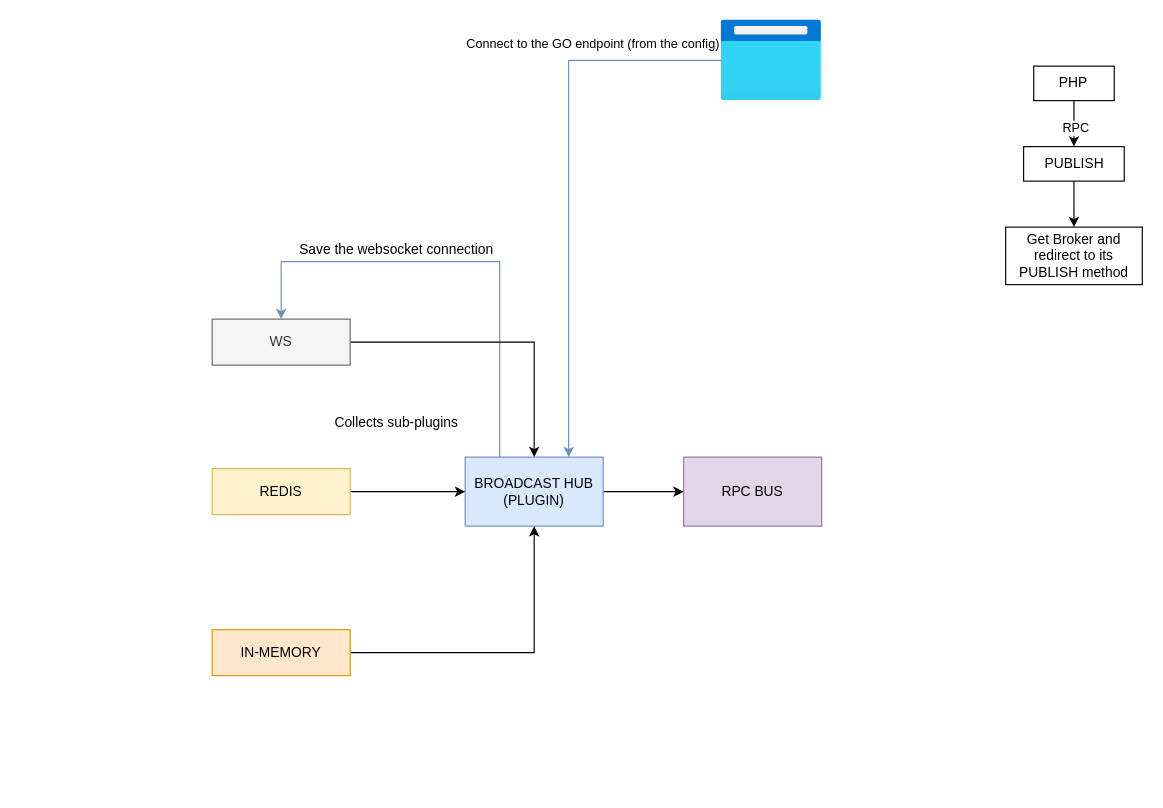
This is plugins/broadcast/doc/broadcast.drawio from roadrunner-server/roadrunner, a draw.io file, before an edit. Source tidied: cells renumbered, new cells numbered last; positions are measured from the earlier drawing's top-left corner, leaving out a move shared by most shapes. Both pictures are drawn from the tidied source at 115%, with x=0, y=0 at pixel (212, 20).
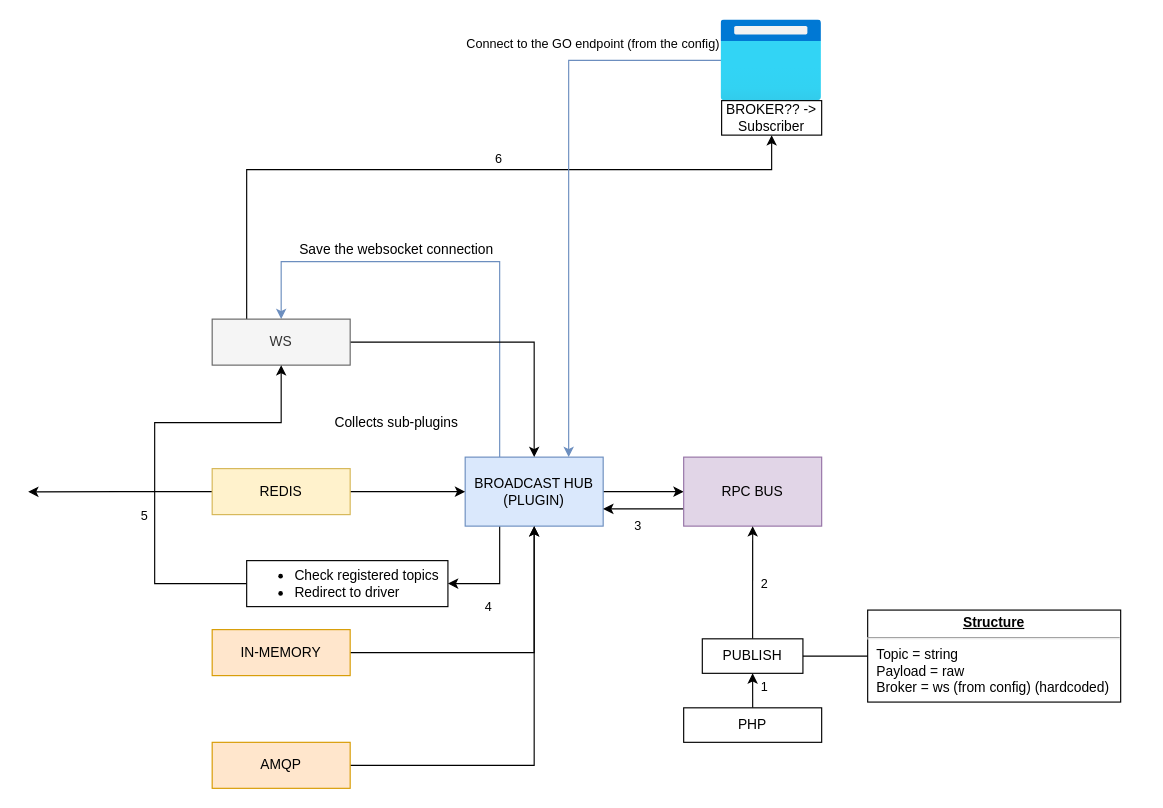
The same page after the edit.

Commit message (it also covers changes not shown here):
- Update arch diagramm - Update config

Unchanged cells that the change refers to:
```xml
<mxCell id="4" value="BROADCAST HUB (PLUGIN)" style="rounded=0;whiteSpace=wrap;html=1;fillColor=#dae8fc;strokeColor=#6c8ebf;" parent="1" vertex="1">
  <mxGeometry x="220" y="380" width="120" height="60" as="geometry" />
</mxCell>
<mxCell id="6" value="WS" style="rounded=0;whiteSpace=wrap;html=1;fillColor=#f5f5f5;strokeColor=#666666;fontColor=#333333;" parent="1" vertex="1">
  <mxGeometry y="260" width="120" height="40" as="geometry" />
</mxCell>
<mxCell id="8" value="REDIS" style="rounded=0;whiteSpace=wrap;html=1;fillColor=#fff2cc;strokeColor=#d6b656;" parent="1" vertex="1">
  <mxGeometry y="390" width="120" height="40" as="geometry" />
</mxCell>
<mxCell id="12" value="RPC BUS" style="rounded=0;whiteSpace=wrap;html=1;fillColor=#e1d5e7;strokeColor=#9673a6;" parent="1" vertex="1">
  <mxGeometry x="410" y="380" width="120" height="60" as="geometry" />
</mxCell>
```

Diff of the diagram source:
```diff
@@
+    <mxCell id="23" value="4" style="edgeStyle=orthogonalEdgeStyle;rounded=0;jettySize=auto;html=1;exitX=0.25;exitY=1;exitDx=0;exitDy=0;entryX=1;entryY=0.5;entryDx=0;entryDy=0;" parent="1" edge="1" source="4" target="37">
+      <mxGeometry x="0.05" y="10" relative="1" as="geometry">
+        <mxPoint x="-10" y="10" as="offset" />
+      </mxGeometry>
+    </mxCell>
@@
+    <mxCell id="24" style="edgeStyle=orthogonalEdgeStyle;rounded=0;jettySize=auto;html=1;exitX=0.25;exitY=0;exitDx=0;exitDy=0;entryX=0.5;entryY=1;entryDx=0;entryDy=0;" parent="1" edge="1" source="6" target="30">
+      <mxGeometry relative="1" as="geometry">
+        <Array as="points">
+          <mxPoint x="30" y="130" />
+          <mxPoint x="486" y="130" />
+        </Array>
+      </mxGeometry>
+    </mxCell>
+    <mxCell id="25" value="6" style="edgeLabel;html=1;align=center;verticalAlign=middle;" parent="24" vertex="1">
+      <mxGeometry x="-0.22" relative="1" as="geometry">
+        <mxPoint x="108.6" y="-10" as="offset" />
+      </mxGeometry>
+    </mxCell>
@@
+    <mxCell id="26" style="edgeStyle=orthogonalEdgeStyle;rounded=0;jettySize=auto;html=1;exitX=0;exitY=0.5;exitDx=0;exitDy=0;" parent="1" edge="1" source="8">
+      <mxGeometry relative="1" as="geometry">
+        <mxPoint x="-160" y="410.2" as="targetPoint" />
+      </mxGeometry>
+    </mxCell>
@@
+    <mxCell id="27" value="3" style="edgeStyle=orthogonalEdgeStyle;rounded=0;jettySize=auto;html=1;exitX=0;exitY=0.75;exitDx=0;exitDy=0;entryX=1;entryY=0.75;entryDx=0;entryDy=0;" parent="1" edge="1" source="12" target="4">
+      <mxGeometry x="0.14" y="15" relative="1" as="geometry" />
+    </mxCell>
@@
-    <mxCell id="16" style="edgeStyle=orthogonalEdgeStyle;rounded=0;jettySize=auto;html=1;exitX=0.5;exitY=1;exitDx=0;exitDy=0;entryX=0.5;entryY=0;entryDx=0;entryDy=0;" parent="1" edge="1" source="17" target="22">
-      <mxGeometry relative="1" as="geometry" />
-    </mxCell>
+    <mxCell id="28" style="edgeStyle=orthogonalEdgeStyle;rounded=0;jettySize=auto;html=1;exitX=0.5;exitY=0;exitDx=0;exitDy=0;entryX=0.5;entryY=1;entryDx=0;entryDy=0;" parent="1" edge="1" source="17" target="12">
+      <mxGeometry relative="1" as="geometry" />
+    </mxCell>
+    <mxCell id="29" value="2" style="edgeLabel;html=1;align=center;verticalAlign=middle;" parent="28" vertex="1">
+      <mxGeometry x="0.24" y="-1" relative="1" as="geometry">
+        <mxPoint x="9" y="12.7" as="offset" />
+      </mxGeometry>
+    </mxCell>
     <mxCell id="17" value="PUBLISH" style="rounded=0;whiteSpace=wrap;html=1;" parent="1" vertex="1">
-      <mxGeometry x="705.6" y="110" width="87.5" height="30" as="geometry" />
+      <mxGeometry x="426.2" y="538" width="87.5" height="30" as="geometry" />
     </mxCell>
-    <mxCell id="18" style="edgeStyle=orthogonalEdgeStyle;rounded=0;jettySize=auto;html=1;exitX=0.5;exitY=1;exitDx=0;exitDy=0;entryX=0.5;entryY=0;entryDx=0;entryDy=0;" parent="1" edge="1" source="20" target="17">
-      <mxGeometry relative="1" as="geometry" />
+    <mxCell id="18" value="1" style="edgeStyle=orthogonalEdgeStyle;rounded=0;jettySize=auto;html=1;exitX=0.5;exitY=0;exitDx=0;exitDy=0;entryX=0.5;entryY=1;entryDx=0;entryDy=0;" parent="1" edge="1" source="20" target="17">
+      <mxGeometry x="0.2" y="-10" relative="1" as="geometry">
+        <Array as="points">
+          <mxPoint x="470" y="590" />
+          <mxPoint x="470" y="590" />
+        </Array>
+      </mxGeometry>
     </mxCell>
-    <mxCell id="19" value="RPC" style="edgeLabel;html=1;align=center;verticalAlign=middle;" parent="18" vertex="1">
-      <mxGeometry x="0.14" y="1" relative="1" as="geometry" />
-    </mxCell>
     <mxCell id="20" value="PHP" style="rounded=0;whiteSpace=wrap;html=1;" parent="1" vertex="1">
-      <mxGeometry x="714.4" y="40" width="70" height="30" as="geometry" />
+      <mxGeometry x="410" y="598" width="120" height="30" as="geometry" />
     </mxCell>
@@
-    <mxCell id="22" value="Get Broker and redirect to its PUBLISH method" style="rounded=0;whiteSpace=wrap;html=1;" parent="1" vertex="1">
-      <mxGeometry x="690" y="180" width="118.8" height="50" as="geometry" />
-    </mxCell>
+    <mxCell id="30" value="BROKER?? -&amp;gt; Subscriber" style="rounded=0;whiteSpace=wrap;html=1;" parent="1" vertex="1">
+      <mxGeometry x="443" y="70" width="87" height="30" as="geometry" />
+    </mxCell>
+    <mxCell id="31" value="&lt;p style=&quot;margin: 0px ; margin-top: 4px ; text-align: center ; text-decoration: underline&quot;&gt;&lt;b&gt;Structure&lt;/b&gt;&lt;/p&gt;&lt;hr&gt;&lt;p style=&quot;margin: 0px ; margin-left: 8px&quot;&gt;Topic = string&lt;br&gt;Payload = raw&lt;br&gt;&lt;/p&gt;&lt;p style=&quot;margin: 0px ; margin-left: 8px&quot;&gt;Broker = ws (from config) (hardcoded)&lt;br&gt;&lt;/p&gt;" style="verticalAlign=top;align=left;overflow=fill;fontSize=12;fontFamily=Helvetica;html=1;" parent="1" vertex="1">
+      <mxGeometry x="570" y="513" width="220" height="80" as="geometry" />
+    </mxCell>
+    <mxCell id="32" style="endArrow=none;html=1;entryX=0;entryY=0.5;entryDx=0;entryDy=0;exitX=1;exitY=0.5;exitDx=0;exitDy=0;" parent="1" edge="1" source="17" target="31">
+      <mxGeometry relative="1" as="geometry" />
+    </mxCell>
+    <mxCell id="33" style="edgeStyle=orthogonalEdgeStyle;rounded=0;jettySize=auto;html=1;exitX=1;exitY=0.5;exitDx=0;exitDy=0;entryX=0.5;entryY=1;entryDx=0;entryDy=0;" parent="1" edge="1" source="34" target="4">
+      <mxGeometry relative="1" as="geometry" />
+    </mxCell>
+    <mxCell id="34" value="AMQP" style="rounded=0;whiteSpace=wrap;html=1;fillColor=#ffe6cc;strokeColor=#d79b00;" parent="1" vertex="1">
+      <mxGeometry y="628" width="120" height="40" as="geometry" />
+    </mxCell>
+    <mxCell id="35" style="edgeStyle=orthogonalEdgeStyle;rounded=0;jettySize=auto;html=1;exitX=0;exitY=0.5;exitDx=0;exitDy=0;entryX=0.5;entryY=1;entryDx=0;entryDy=0;" parent="1" edge="1" source="37" target="6">
+      <mxGeometry relative="1" as="geometry">
+        <Array as="points">
+          <mxPoint x="-50" y="490" />
+          <mxPoint x="-50" y="350" />
+          <mxPoint x="60" y="350" />
+        </Array>
+      </mxGeometry>
+    </mxCell>
+    <mxCell id="36" value="5" style="edgeLabel;html=1;align=center;verticalAlign=middle;" parent="35" vertex="1">
+      <mxGeometry x="-0.32" y="3" relative="1" as="geometry">
+        <mxPoint x="-7" y="-10.3" as="offset" />
+      </mxGeometry>
+    </mxCell>
+    <mxCell id="37" value="&lt;ul&gt;&lt;li&gt;Check registered topics&lt;/li&gt;&lt;li&gt;Redirect to driver&lt;/li&gt;&lt;/ul&gt;" style="rounded=0;whiteSpace=wrap;html=1;align=left;" parent="1" vertex="1">
+      <mxGeometry x="30" y="470" width="175" height="40" as="geometry" />
+    </mxCell>
```
